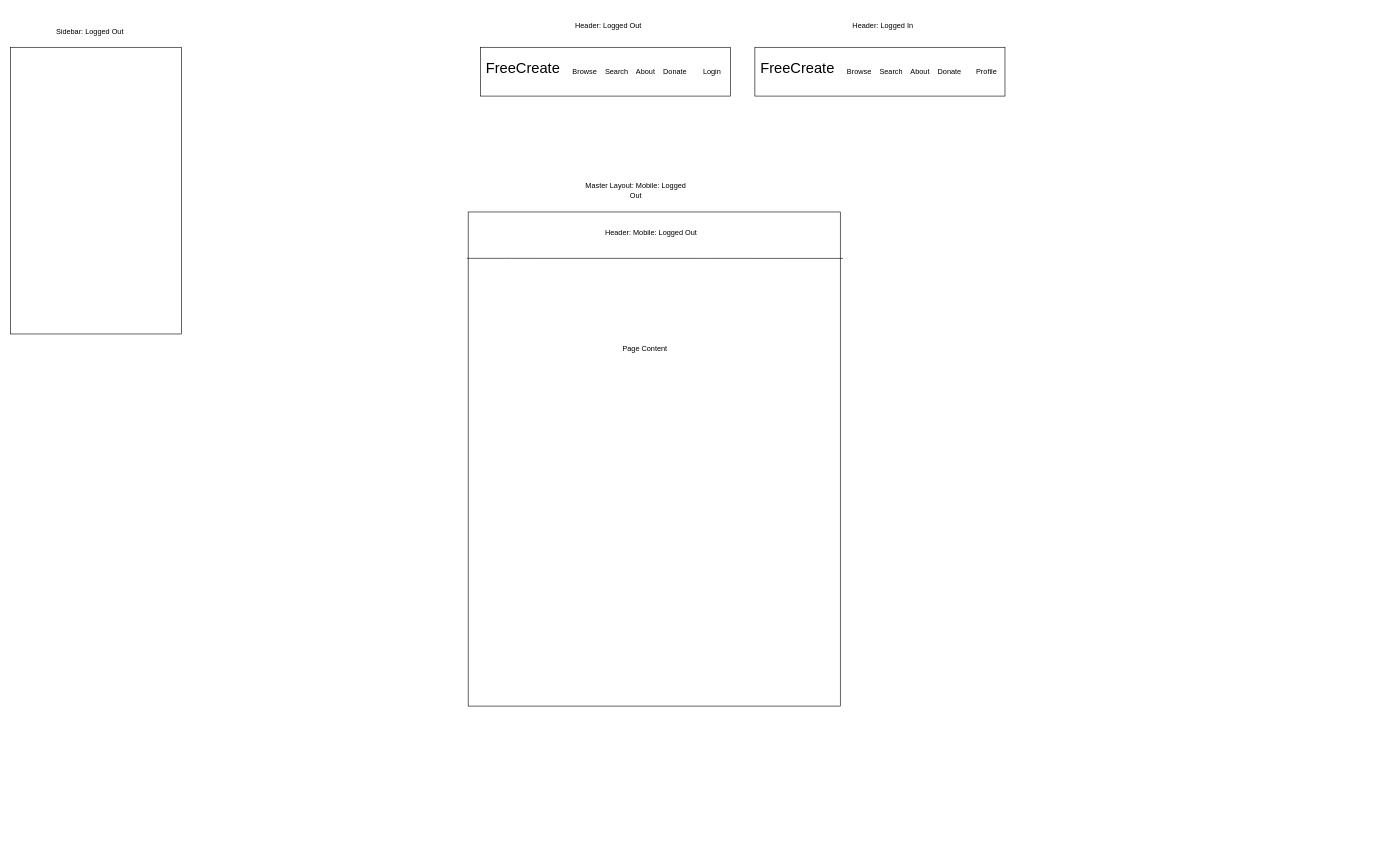
Matt-Eva/freecreate-go-server keeps this draw.io diagram as docs/mockups/layout_mockup.drawio. Above is the earlier version. Source tidied: cells renumbered, new cells numbered last; positions are measured from the earlier drawing's top-left corner, leaving out a move shared by most shapes. Both pictures are drawn from the tidied source at 61%, with x=0, y=0 at pixel (10, 16).
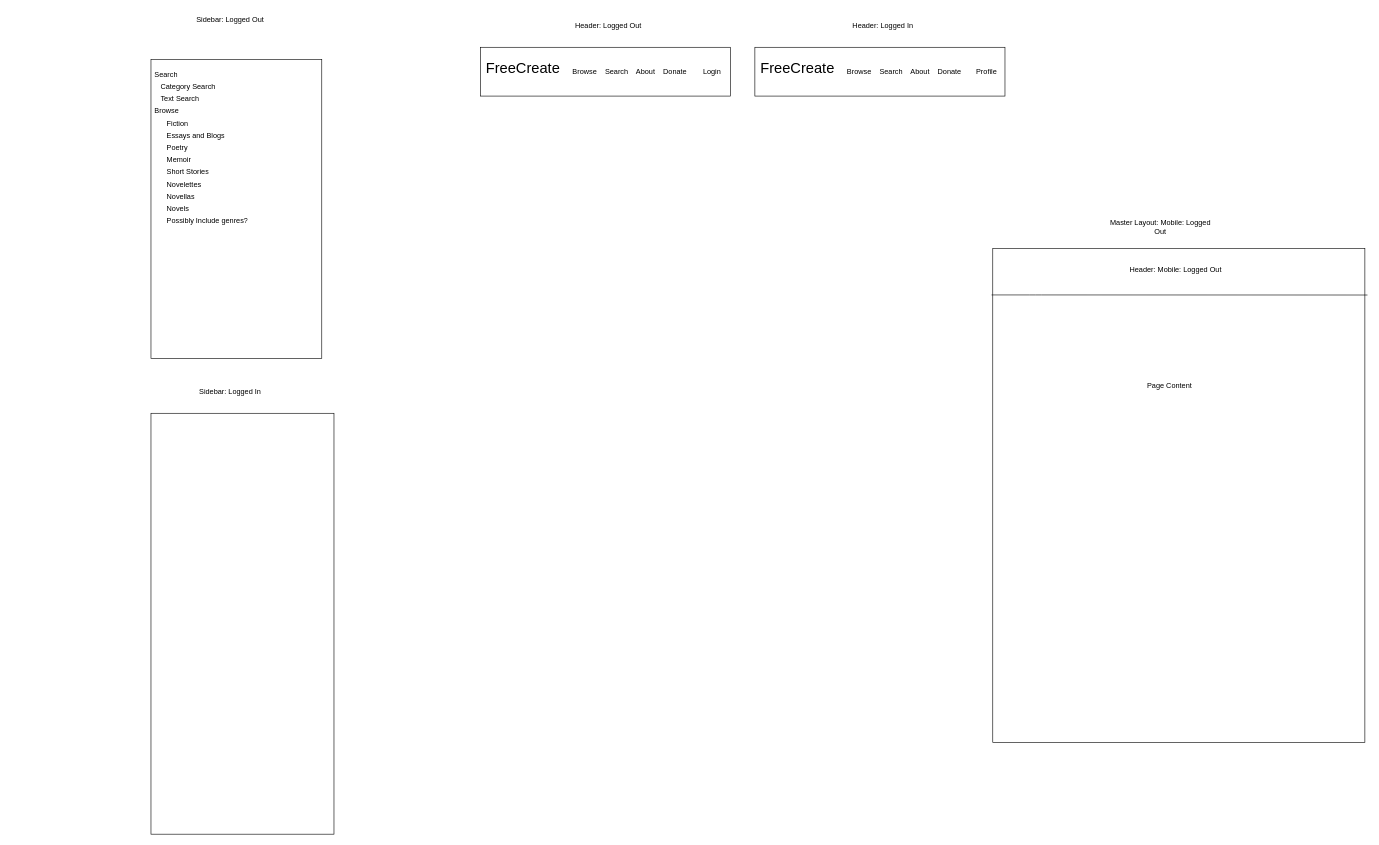
After the change.

Commit message (it also covers changes not shown here):
made search page mockups

The edit, as a diff of the source:
```diff
@@
     <mxCell id="4" style="rounded=0;whiteSpace=wrap;html=1;" parent="1" vertex="1">
-      <mxGeometry x="750" y="320" width="610" height="810" as="geometry" />
+      <mxGeometry x="1610" y="380" width="610" height="810" as="geometry" />
     </mxCell>
     <mxCell id="5" value="Master Layout: Mobile: Logged Out" style="text;html=1;align=center;verticalAlign=middle;whiteSpace=wrap;rounded=0;" parent="1" vertex="1">
-      <mxGeometry x="935" y="270" width="180" height="30" as="geometry" />
+      <mxGeometry x="1795" y="330" width="180" height="30" as="geometry" />
     </mxCell>
     <mxCell id="6" style="endArrow=none;html=1;entryX=1.007;entryY=0.094;entryDx=0;entryDy=0;entryPerimeter=0;" parent="1" edge="1" target="4">
       <mxGeometry relative="1" as="geometry">
-        <mxPoint x="748" y="396" as="sourcePoint" />
+        <mxPoint x="1608" y="456" as="sourcePoint" />
         <Array as="points">
-          <mxPoint x="820" y="396" />
+          <mxPoint x="1680" y="456" />
         </Array>
       </mxGeometry>
     </mxCell>
     <mxCell id="7" value="Header: Mobile: Logged Out" style="text;html=1;align=center;verticalAlign=middle;whiteSpace=wrap;rounded=0;" parent="1" vertex="1">
-      <mxGeometry x="945" y="340" width="210" height="30" as="geometry" />
+      <mxGeometry x="1805" y="400" width="210" height="30" as="geometry" />
     </mxCell>
     <mxCell id="8" value="Page Content" style="text;html=1;align=center;verticalAlign=middle;whiteSpace=wrap;rounded=0;" parent="1" vertex="1">
-      <mxGeometry x="990" y="530" width="100" height="30" as="geometry" />
+      <mxGeometry x="1850" y="590" width="100" height="30" as="geometry" />
     </mxCell>
     <mxCell id="9" style="rounded=0;whiteSpace=wrap;html=1;" parent="1" vertex="1">
-      <mxGeometry y="50" width="280" height="470" as="geometry" />
+      <mxGeometry x="230" y="70" width="280" height="490" as="geometry" />
     </mxCell>
     <mxCell id="10" value="Sidebar: Logged Out" style="text;html=1;align=center;verticalAlign=middle;whiteSpace=wrap;rounded=0;" parent="1" vertex="1">
-      <mxGeometry x="20" y="10" width="220" height="30" as="geometry" />
+      <mxGeometry x="250" y="-10" width="220" height="30" as="geometry" />
     </mxCell>
@@
+    <mxCell id="19" value="Search" style="text;strokeColor=none;fillColor=none;align=left;verticalAlign=middle;spacingLeft=4;spacingRight=4;overflow=hidden;whiteSpace=wrap;html=1;" parent="1" vertex="1">
+      <mxGeometry x="230" y="80" width="80" height="30" as="geometry" />
+    </mxCell>
+    <mxCell id="20" value="Text Search" style="text;strokeColor=none;fillColor=none;align=left;verticalAlign=middle;spacingLeft=4;spacingRight=4;overflow=hidden;whiteSpace=wrap;html=1;" parent="1" vertex="1">
+      <mxGeometry x="240" y="120" width="80" height="30" as="geometry" />
+    </mxCell>
+    <mxCell id="21" value="Browse" style="text;strokeColor=none;fillColor=none;align=left;verticalAlign=middle;spacingLeft=4;spacingRight=4;overflow=hidden;whiteSpace=wrap;html=1;" parent="1" vertex="1">
+      <mxGeometry x="230" y="140" width="80" height="30" as="geometry" />
+    </mxCell>
+    <mxCell id="22" value="Fiction" style="text;strokeColor=none;fillColor=none;align=left;verticalAlign=middle;spacingLeft=4;spacingRight=4;overflow=hidden;whiteSpace=wrap;html=1;" parent="1" vertex="1">
+      <mxGeometry x="250" y="160" width="80" height="30" as="geometry" />
+    </mxCell>
+    <mxCell id="23" value="Essays and Blogs" style="text;strokeColor=none;fillColor=none;align=left;verticalAlign=middle;spacingLeft=4;spacingRight=4;overflow=hidden;whiteSpace=wrap;html=1;" parent="1" vertex="1">
+      <mxGeometry x="250" y="180" width="110" height="30" as="geometry" />
+    </mxCell>
+    <mxCell id="24" value="Poetry" style="text;strokeColor=none;fillColor=none;align=left;verticalAlign=middle;spacingLeft=4;spacingRight=4;overflow=hidden;whiteSpace=wrap;html=1;" parent="1" vertex="1">
+      <mxGeometry x="250" y="200" width="80" height="30" as="geometry" />
+    </mxCell>
+    <mxCell id="25" value="Memoir" style="text;strokeColor=none;fillColor=none;align=left;verticalAlign=middle;spacingLeft=4;spacingRight=4;overflow=hidden;whiteSpace=wrap;html=1;" parent="1" vertex="1">
+      <mxGeometry x="250" y="220" width="80" height="30" as="geometry" />
+    </mxCell>
+    <mxCell id="26" value="Short Stories" style="text;strokeColor=none;fillColor=none;align=left;verticalAlign=middle;spacingLeft=4;spacingRight=4;overflow=hidden;whiteSpace=wrap;html=1;" parent="1" vertex="1">
+      <mxGeometry x="250" y="240" width="80" height="30" as="geometry" />
+    </mxCell>
+    <mxCell id="27" value="Novelettes" style="text;strokeColor=none;fillColor=none;align=left;verticalAlign=middle;spacingLeft=4;spacingRight=4;overflow=hidden;whiteSpace=wrap;html=1;" parent="1" vertex="1">
+      <mxGeometry x="250" y="260" width="80" height="30" as="geometry" />
+    </mxCell>
+    <mxCell id="28" value="Novellas" style="text;strokeColor=none;fillColor=none;align=left;verticalAlign=middle;spacingLeft=4;spacingRight=4;overflow=hidden;whiteSpace=wrap;html=1;" parent="1" vertex="1">
+      <mxGeometry x="250" y="280" width="80" height="30" as="geometry" />
+    </mxCell>
+    <mxCell id="29" value="Novels" style="text;strokeColor=none;fillColor=none;align=left;verticalAlign=middle;spacingLeft=4;spacingRight=4;overflow=hidden;whiteSpace=wrap;html=1;" parent="1" vertex="1">
+      <mxGeometry x="250" y="300" width="80" height="30" as="geometry" />
+    </mxCell>
+    <mxCell id="30" value="Category Search" style="text;strokeColor=none;fillColor=none;align=left;verticalAlign=middle;spacingLeft=4;spacingRight=4;overflow=hidden;whiteSpace=wrap;html=1;" parent="1" vertex="1">
+      <mxGeometry x="240" y="100" width="110" height="30" as="geometry" />
+    </mxCell>
+    <mxCell id="31" value="Possibly Include genres?" style="text;strokeColor=none;fillColor=none;align=left;verticalAlign=middle;spacingLeft=4;spacingRight=4;overflow=hidden;whiteSpace=wrap;html=1;" parent="1" vertex="1">
+      <mxGeometry x="250" y="320" width="150" height="30" as="geometry" />
+    </mxCell>
+    <mxCell id="32" style="rounded=0;whiteSpace=wrap;html=1;" parent="1" vertex="1">
+      <mxGeometry x="230" y="650" width="300" height="690" as="geometry" />
+    </mxCell>
+    <mxCell id="33" value="Sidebar: Logged In" style="text;html=1;align=center;verticalAlign=middle;whiteSpace=wrap;rounded=0;" parent="1" vertex="1">
+      <mxGeometry x="290" y="600" width="140" height="30" as="geometry" />
+    </mxCell>
```
